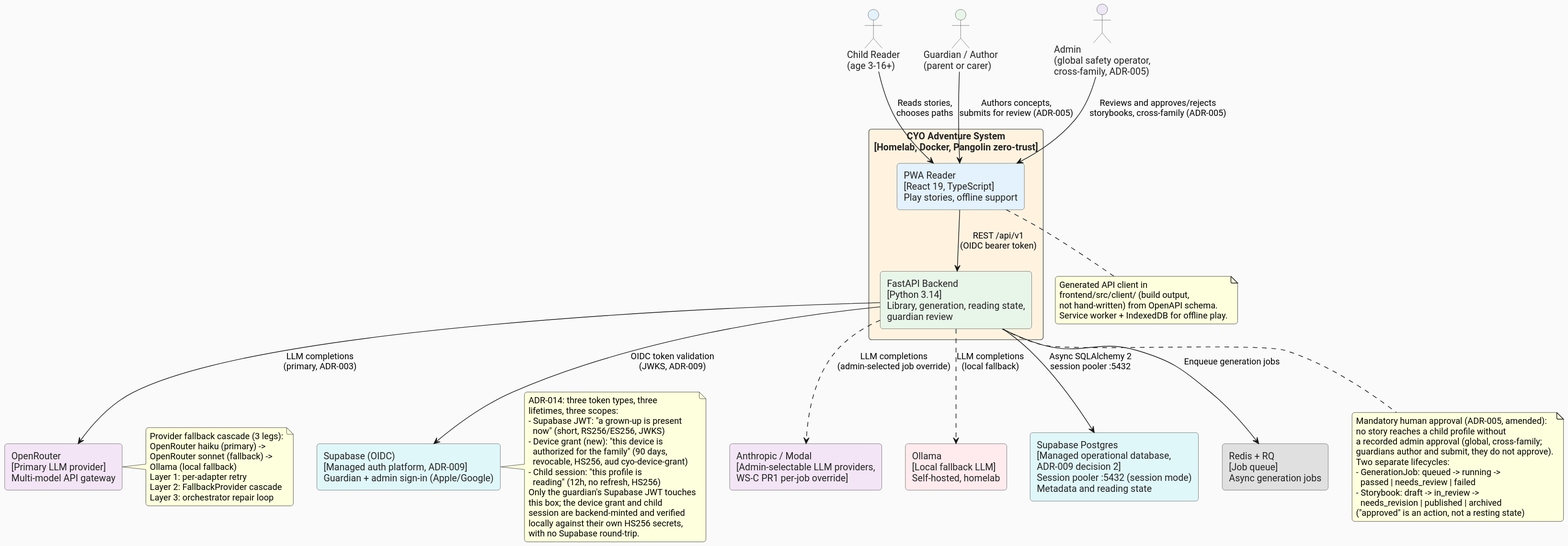
Earlier version of the PlantUML export docs/architecture/diagrams/c4-context.svg (ByronWilliamsCPA/cyo-adventure). Its diagram source:
```plantuml
@startuml

!define ICONURL https://raw.githubusercontent.com/tupadr3/plantuml-icon-font-sprites/v2.4.0
skinparam defaultFontName "Roboto"
skinparam backgroundColor #FAFAFA
skinparam roundCorner 8

skinparam rectangle {
  BorderColor #555555
  FontColor #222222
}

skinparam actor {
  BorderColor #555555
  FontColor #222222
  BackgroundColor #FFFFFF
}

actor "Child Reader\n(age 3-16+)" as child #E3F2FD
actor "Guardian / Author\n(parent or carer)" as guardian #E8F5E9
actor "Admin\n(global safety operator,\ncross-family, ADR-005)" as admin #EDE7F6

rectangle "CYO Adventure System\n[Homelab, Docker, Pangolin zero-trust]" as system #FFF3E0 {
  rectangle "PWA Reader\n[React 19, TypeScript]\nPlay stories, offline support" as pwa #E3F2FD
  rectangle "FastAPI Backend\n[Python 3.14]\nLibrary, generation, reading state,\nguardian review" as backend #E8F5E9
}

rectangle "OpenRouter\n[Primary LLM provider]\nMulti-model API gateway" as openrouter #F3E5F5
rectangle "Anthropic / Modal\n[Admin-selectable LLM providers,\nWS-C PR1 per-job override]" as extra_providers #F3E5F5
rectangle "Ollama\n[Local fallback LLM]\nSelf-hosted, homelab" as ollama #FFEBEE
rectangle "Supabase (OIDC)\n[Managed auth platform, ADR-009]\nGuardian + admin sign-in (Apple/Google)" as supabase_auth #E0F7FA
rectangle "Supabase Postgres\n[Managed operational database,\nADR-009 decision 2]\nSession pooler :5432 (session mode)\nMetadata and reading state" as postgres #E0F7FA
rectangle "Redis + RQ\n[Job queue]\nAsync generation jobs" as redis #E0E0E0

child --> pwa : "Reads stories,\nchooses paths"
guardian --> pwa : "Authors concepts,\nsubmits for review (ADR-005)"
admin --> pwa : "Reviews and approves/rejects\nstorybooks, cross-family (ADR-005)"
pwa --> backend : "REST /api/v1\n(OIDC bearer token)"
backend --> openrouter : "LLM completions\n(primary, ADR-003)"
backend ..> extra_providers : "LLM completions\n(admin-selected job override)"
backend ..> ollama : "LLM completions\n(local fallback)"
backend --> supabase_auth : "OIDC token validation\n(JWKS, ADR-009)"
backend --> postgres : "Async SQLAlchemy 2\nsession pooler :5432"
backend --> redis : "Enqueue generation jobs"

note bottom of pwa
  Generated API client in
  frontend/src/client/ (build output,
  not hand-written) from OpenAPI schema.
  Service worker + IndexedDB for offline play.
end note

note right of openrouter
  Provider fallback cascade (3 legs):
  OpenRouter haiku (primary) ->
  OpenRouter sonnet (fallback) ->
  Ollama (local fallback)
  Layer 1: per-adapter retry
  Layer 2: FallbackProvider cascade
  Layer 3: orchestrator repair loop
end note

note bottom of backend
  Mandatory human approval (ADR-005, amended):
  no story reaches a child profile without
  a recorded admin approval (global, cross-family;
  guardians author and submit, they do not approve).
  Two separate lifecycles:
  - GenerationJob: queued -> running ->
    passed | needs_review | failed
  - Storybook: draft -> in_review ->
    needs_revision | published | archived
  ("approved" is an action, not a resting state)
end note

note right of supabase_auth
  ADR-014: three token types, three
  lifetimes, three scopes:
  - Supabase JWT: "a grown-up is present
    now" (short, RS256/ES256, JWKS)
  - Device grant (new): "this device is
    authorized for the family" (90 days,
    revocable, HS256, aud cyo-device-grant)
  - Child session: "this profile is
    reading" (12h, no refresh, HS256)
  Only the guardian's Supabase JWT touches
  this box; the device grant and child
  session are backend-minted and verified
  locally against their own HS256 secrets,
  with no Supabase round-trip.
end note
@enduml
```
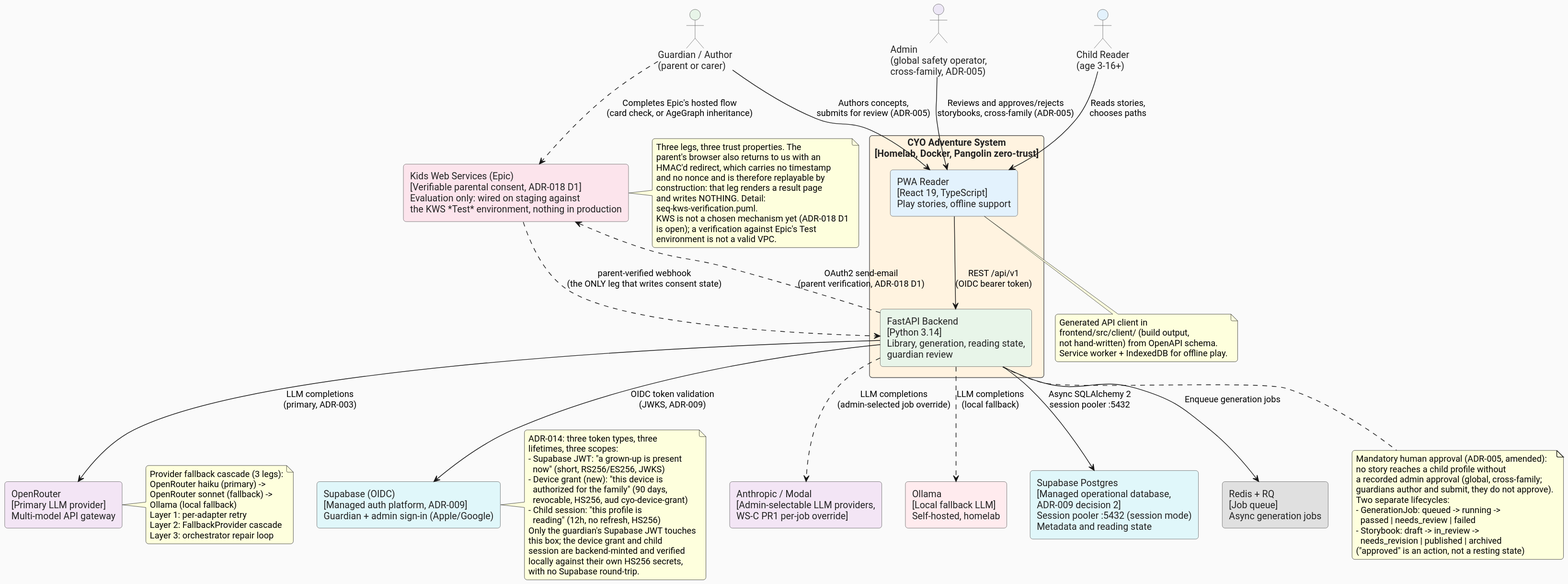
Above is the later version.

Commit message:
docs(architecture): render the KWS sequence and updated context SVGs

Rendered by tools/generate_diagram_svgs.py without --all, so only the two
diagrams whose PUML actually changed were re-measured. c4-context.svg is a
one-line diff; a full re-render would have rewritten every diagram with local
font metrics for no content change.

Diff of the diagram source:
```diff
@@ -31,6 +31,7 @@
 rectangle "Supabase (OIDC)\n[Managed auth platform, ADR-009]\nGuardian + admin sign-in (Apple/Google)" as supabase_auth #E0F7FA
 rectangle "Supabase Postgres\n[Managed operational database,\nADR-009 decision 2]\nSession pooler :5432 (session mode)\nMetadata and reading state" as postgres #E0F7FA
 rectangle "Redis + RQ\n[Job queue]\nAsync generation jobs" as redis #E0E0E0
+rectangle "Kids Web Services (Epic)\n[Verifiable parental consent, ADR-018 D1]\nEvaluation only: wired on staging against\nthe KWS *Test* environment, nothing in production" as kws #FCE4EC
 
 child --> pwa : "Reads stories,\nchooses paths"
 guardian --> pwa : "Authors concepts,\nsubmits for review (ADR-005)"
@@ -42,6 +43,9 @@
 backend --> supabase_auth : "OIDC token validation\n(JWKS, ADR-009)"
 backend --> postgres : "Async SQLAlchemy 2\nsession pooler :5432"
 backend --> redis : "Enqueue generation jobs"
+backend ..> kws : "OAuth2 send-email\n(parent verification, ADR-018 D1)"
+kws ..> backend : "parent-verified webhook\n(the ONLY leg that writes consent state)"
+guardian ..> kws : "Completes Epic's hosted flow\n(card check, or AgeGraph inheritance)"
 
 note bottom of pwa
   Generated API client in
@@ -73,6 +77,19 @@
   ("approved" is an action, not a resting state)
 end note
 
+note right of kws
+  Three legs, three trust properties. The
+  parent's browser also returns to us with an
+  HMAC'd redirect, which carries no timestamp
+  and no nonce and is therefore replayable by
+  construction: that leg renders a result page
+  and writes NOTHING. Detail:
+  seq-kws-verification.puml.
+  KWS is not a chosen mechanism yet (ADR-018 D1
+  is open); a verification against Epic's Test
+  environment is not a valid VPC.
+end note
+
 note right of supabase_auth
   ADR-014: three token types, three
   lifetimes, three scopes:
```
